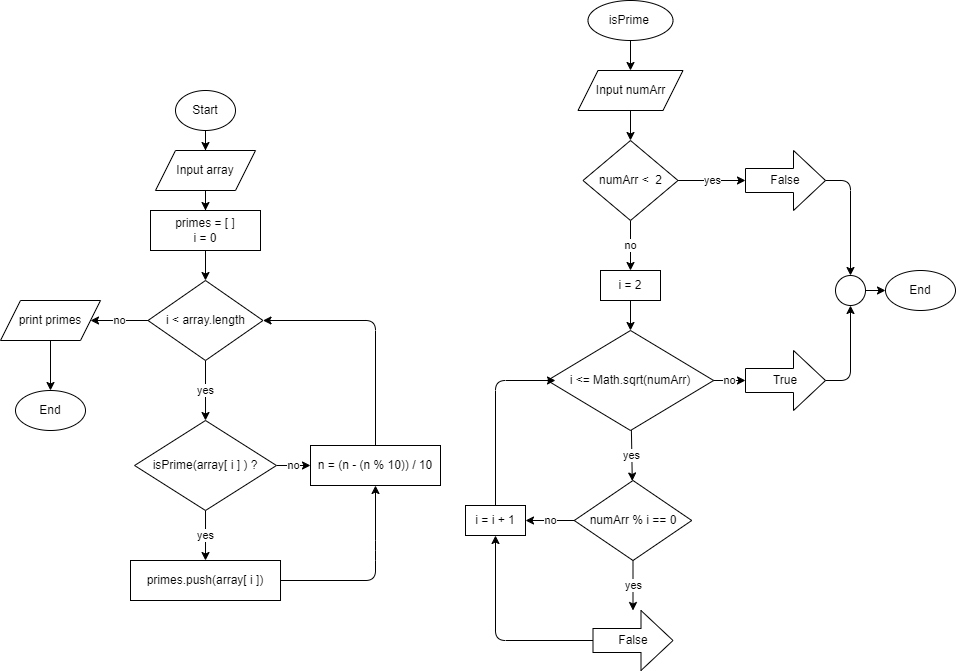
Above: Bai 2/FlowChart_2d.drawio.png in QuocNGN/flow-chart-code (draw.io), before the change. Source tidied: cells renumbered, new cells last; positions are measured from the earlier drawing's top-left corner, leaving out a move shared by most shapes.
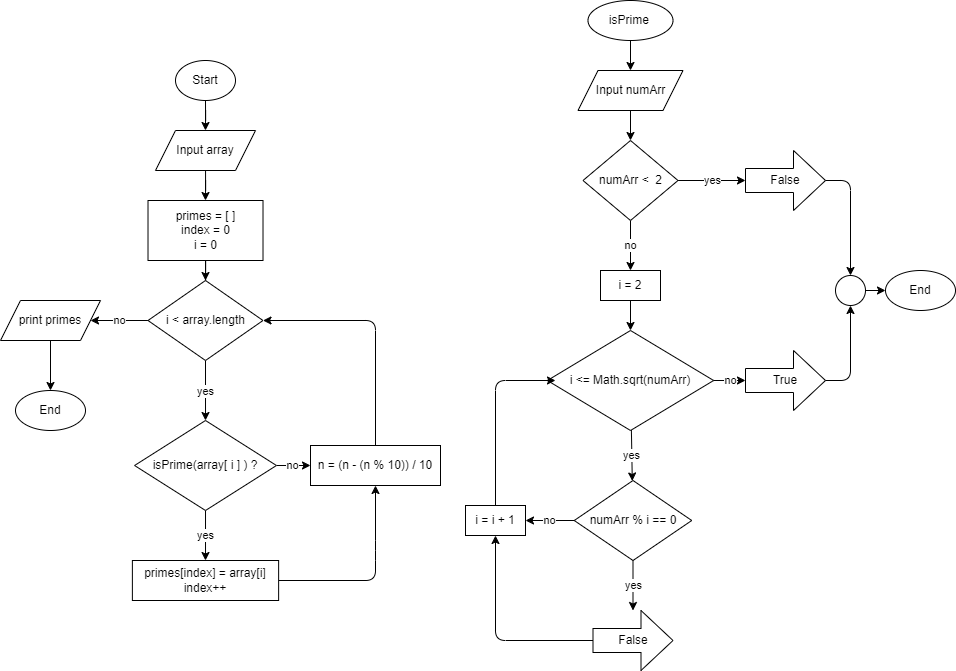
The same file after the commit.

Commit message:
Update code, flowchart 2d; bai 3

What changed in the source:
```diff
@@ -39,19 +39,19 @@
       <mxGeometry relative="1" as="geometry" />
     </mxCell>
     <mxCell id="14" value="Start" style="ellipse;whiteSpace=wrap;html=1;" parent="1" vertex="1">
-      <mxGeometry x="175" y="90" width="60" height="40" as="geometry" />
+      <mxGeometry x="175" y="60" width="60" height="40" as="geometry" />
     </mxCell>
     <mxCell id="15" style="edgeStyle=orthogonalEdgeStyle;rounded=0;jettySize=auto;html=1;entryX=0.5;entryY=0;entryDx=0;entryDy=0;" parent="1" edge="1" source="16" target="18">
       <mxGeometry relative="1" as="geometry" />
     </mxCell>
     <mxCell id="16" value="Input array" style="shape=parallelogram;perimeter=parallelogramPerimeter;whiteSpace=wrap;html=1;fixedSize=1;" parent="1" vertex="1">
-      <mxGeometry x="155" y="150" width="100" height="40" as="geometry" />
+      <mxGeometry x="155" y="130" width="100" height="40" as="geometry" />
     </mxCell>
     <mxCell id="17" style="edgeStyle=orthogonalEdgeStyle;rounded=0;jettySize=auto;html=1;entryX=0.5;entryY=0;entryDx=0;entryDy=0;" parent="1" edge="1" source="18" target="21">
       <mxGeometry relative="1" as="geometry" />
     </mxCell>
-    <mxCell id="18" value="primes = [ ]&lt;br&gt;i = 0" style="rounded=0;whiteSpace=wrap;html=1;" parent="1" vertex="1">
-      <mxGeometry x="150" y="210" width="110" height="40" as="geometry" />
+    <mxCell id="18" value="primes = [ ]&lt;br&gt;index = 0&lt;br&gt;i = 0" style="rounded=0;whiteSpace=wrap;html=1;" parent="1" vertex="1">
+      <mxGeometry x="147.5" y="200" width="115" height="60" as="geometry" />
     </mxCell>
     <mxCell id="19" value="no" style="edgeStyle=none;html=1;exitX=0;exitY=0.5;exitDx=0;exitDy=0;entryX=1;entryY=0.5;entryDx=0;entryDy=0;" parent="1" edge="1" source="21" target="23">
       <mxGeometry relative="1" as="geometry" />
@@ -88,8 +88,8 @@
         </Array>
       </mxGeometry>
     </mxCell>
-    <mxCell id="29" value="primes.push(array[ i ])" style="rounded=0;whiteSpace=wrap;html=1;" parent="1" vertex="1">
-      <mxGeometry x="130" y="560" width="150" height="40" as="geometry" />
+    <mxCell id="29" value="primes[index] = array[i]&lt;br&gt;index++" style="rounded=0;whiteSpace=wrap;html=1;" parent="1" vertex="1">
+      <mxGeometry x="131.9" y="560" width="146.2" height="40" as="geometry" />
     </mxCell>
     <mxCell id="30" style="edgeStyle=none;html=1;exitX=0.5;exitY=0;exitDx=0;exitDy=0;entryX=1;entryY=0.5;entryDx=0;entryDy=0;" parent="1" edge="1" source="31" target="21">
       <mxGeometry relative="1" as="geometry">
```
